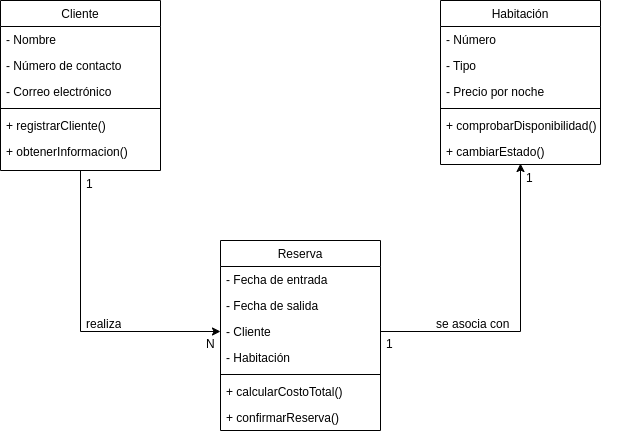
Above: ReservasHoteles.drawio.png in PRORIX/ejercicios-ets (draw.io), before the change. Source tidied: cells renumbered, new cells last; positions are measured from the earlier drawing's top-left corner, leaving out a move shared by most shapes.
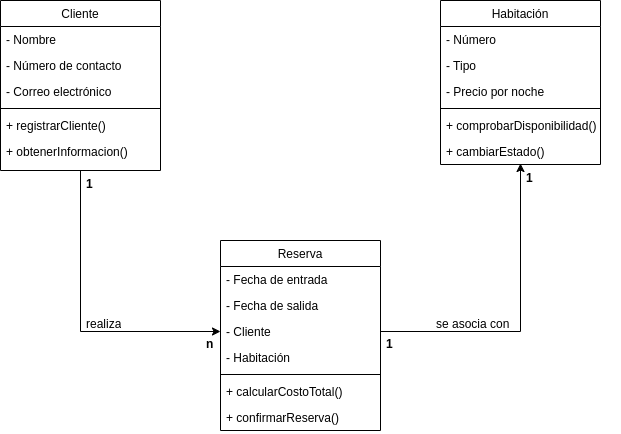
After the change.

Diff of the diagram source:
```diff
@@ -84,16 +84,16 @@
     <mxCell id="27" value="se asocia con" style="text;strokeColor=none;fillColor=none;align=left;verticalAlign=top;spacingLeft=4;spacingRight=4;overflow=hidden;whiteSpace=wrap;html=1;" parent="1" vertex="1">
       <mxGeometry x="430" y="310" width="100" height="26" as="geometry" />
     </mxCell>
-    <mxCell id="28" value="N" style="text;strokeColor=none;fillColor=none;align=left;verticalAlign=top;spacingLeft=4;spacingRight=4;overflow=hidden;whiteSpace=wrap;html=1;" parent="1" vertex="1">
+    <mxCell id="28" value="&lt;b&gt;n&lt;/b&gt;" style="text;strokeColor=none;fillColor=none;align=left;verticalAlign=top;spacingLeft=4;spacingRight=4;overflow=hidden;whiteSpace=wrap;html=1;" parent="1" vertex="1">
       <mxGeometry x="200" y="330" width="20" height="26" as="geometry" />
     </mxCell>
-    <mxCell id="29" value="1" style="text;strokeColor=none;fillColor=none;align=left;verticalAlign=top;spacingLeft=4;spacingRight=4;overflow=hidden;whiteSpace=wrap;html=1;" parent="1" vertex="1">
+    <mxCell id="29" value="&lt;b&gt;1&lt;/b&gt;" style="text;strokeColor=none;fillColor=none;align=left;verticalAlign=top;spacingLeft=4;spacingRight=4;overflow=hidden;whiteSpace=wrap;html=1;" parent="1" vertex="1">
       <mxGeometry x="80" y="170" width="100" height="26" as="geometry" />
     </mxCell>
-    <mxCell id="30" value="1" style="text;strokeColor=none;fillColor=none;align=left;verticalAlign=top;spacingLeft=4;spacingRight=4;overflow=hidden;whiteSpace=wrap;html=1;" parent="1" vertex="1">
+    <mxCell id="30" value="&lt;b&gt;1&lt;/b&gt;" style="text;strokeColor=none;fillColor=none;align=left;verticalAlign=top;spacingLeft=4;spacingRight=4;overflow=hidden;whiteSpace=wrap;html=1;" parent="1" vertex="1">
       <mxGeometry x="520" y="164" width="100" height="26" as="geometry" />
     </mxCell>
-    <mxCell id="31" value="1" style="text;strokeColor=none;fillColor=none;align=left;verticalAlign=top;spacingLeft=4;spacingRight=4;overflow=hidden;whiteSpace=wrap;html=1;" parent="1" vertex="1">
+    <mxCell id="31" value="&lt;b&gt;1&lt;/b&gt;" style="text;strokeColor=none;fillColor=none;align=left;verticalAlign=top;spacingLeft=4;spacingRight=4;overflow=hidden;whiteSpace=wrap;html=1;" parent="1" vertex="1">
       <mxGeometry x="380" y="330" width="100" height="26" as="geometry" />
     </mxCell>
   </root>
```
